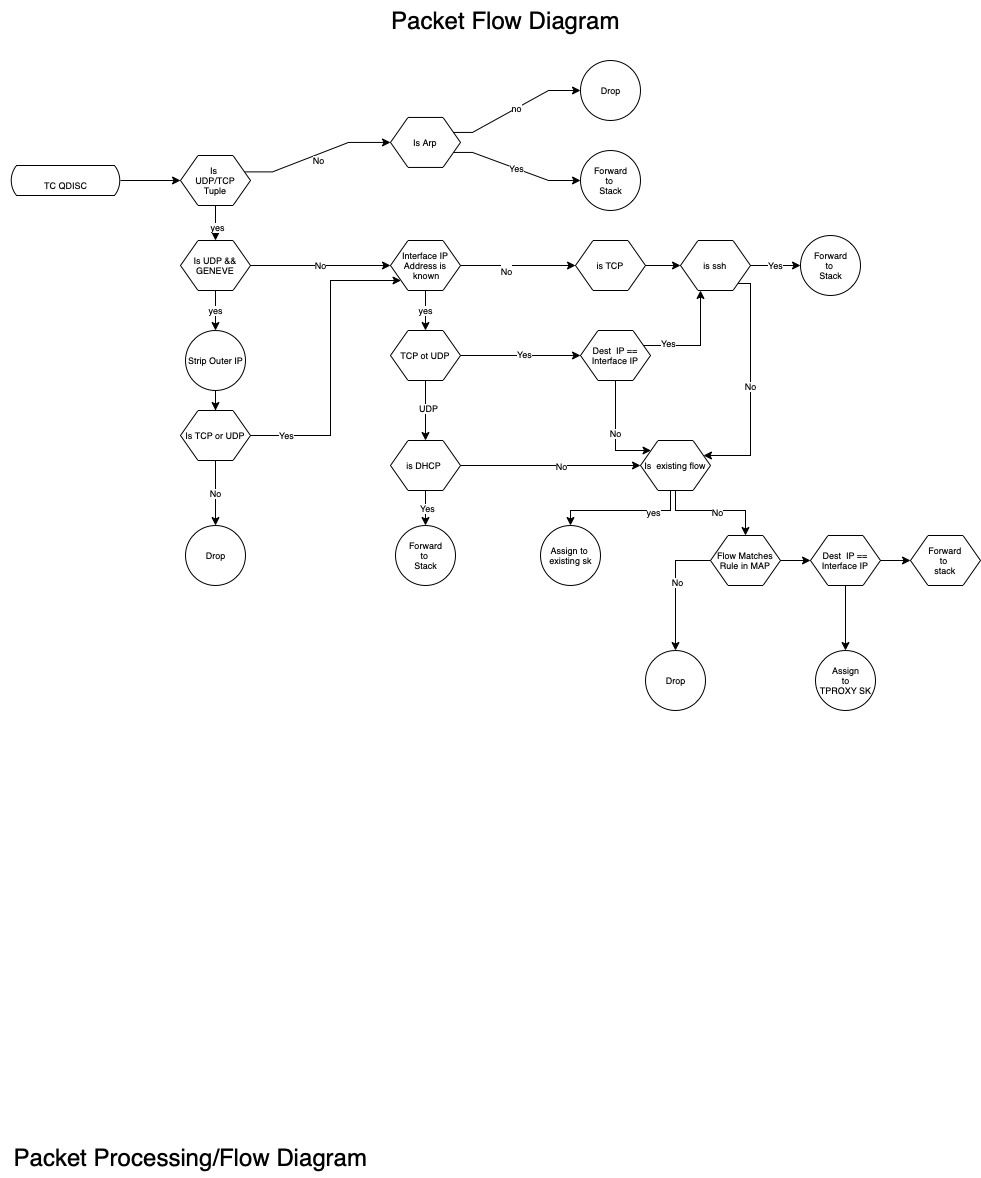
This is packet-flow.drawio.png from r-caamano/ebpf-tproxy-splicer, a draw.io export, as it was before one commit. Source tidied: cells renumbered, new cells last; positions are measured from the earlier drawing's top-left corner, leaving out a move shared by most shapes.
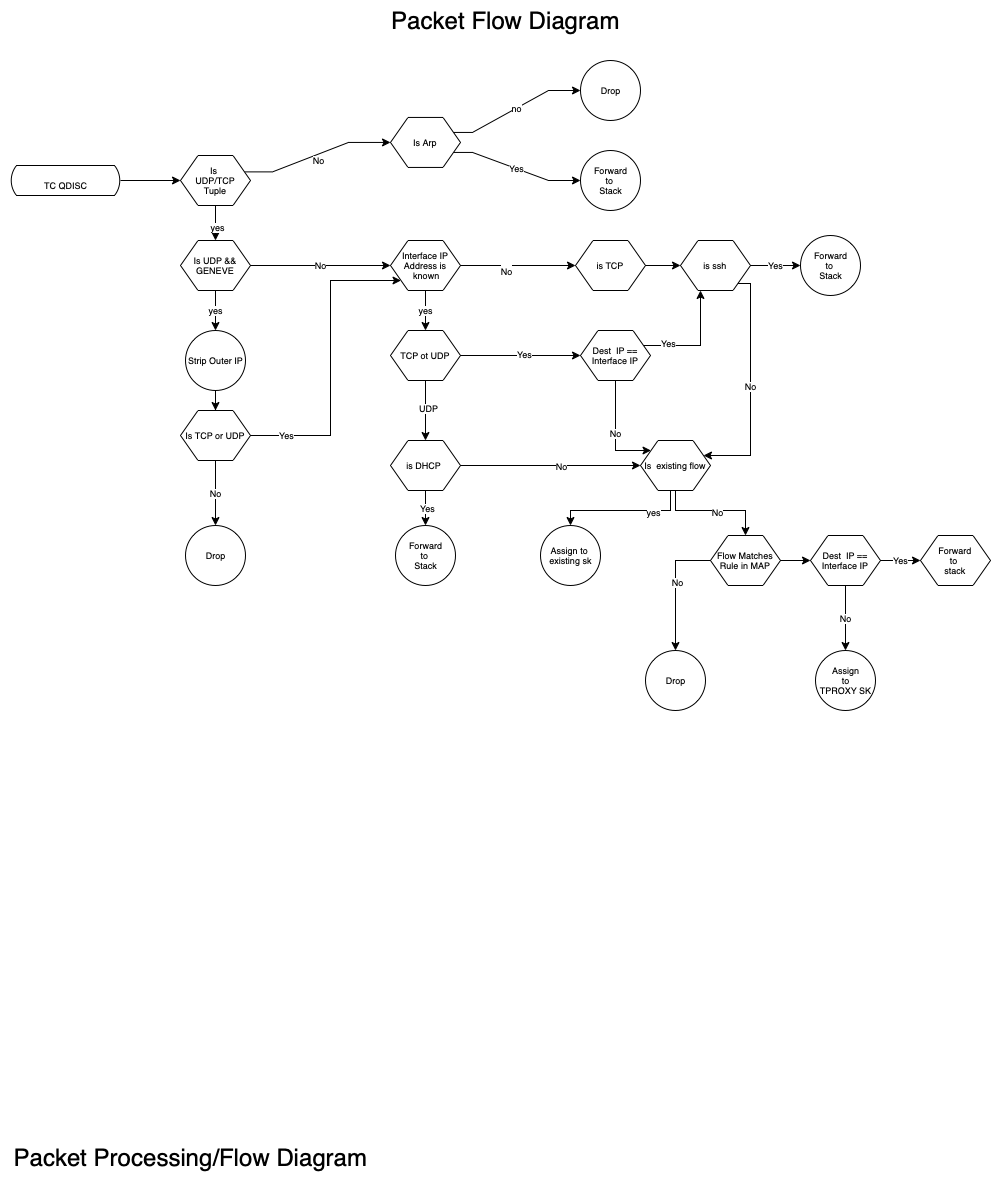
Above is the later version.

Commit message:
fixed missing yes/no in diag

The edit, as a diff of the source:
```diff
@@ -230,17 +230,17 @@
     <mxCell id="60" value="Drop" style="shape=ellipse;html=1;dashed=0;whitespace=wrap;perimeter=ellipsePerimeter;fontSize=9;" parent="1" vertex="1">
       <mxGeometry x="645" y="650" width="60" height="60" as="geometry" />
     </mxCell>
-    <mxCell id="61" style="edgeStyle=orthogonalEdgeStyle;rounded=0;jettySize=auto;html=1;fontSize=9;" parent="1" edge="1" source="63" target="64">
+    <mxCell id="61" value="Yes" style="edgeStyle=orthogonalEdgeStyle;rounded=0;jettySize=auto;html=1;fontSize=9;" parent="1" edge="1" source="63" target="64">
       <mxGeometry relative="1" as="geometry" />
     </mxCell>
-    <mxCell id="62" style="edgeStyle=orthogonalEdgeStyle;rounded=0;jettySize=auto;html=1;fontSize=9;" parent="1" edge="1" source="63" target="65">
+    <mxCell id="62" value="No" style="edgeStyle=orthogonalEdgeStyle;rounded=0;jettySize=auto;html=1;fontSize=9;" parent="1" edge="1" source="63" target="65">
       <mxGeometry relative="1" as="geometry" />
     </mxCell>
     <mxCell id="63" value="Dest &amp;nbsp;IP == Interface IP" style="shape=hexagon;perimeter=hexagonPerimeter2;whiteSpace=wrap;html=1;size=0.25;fontSize=9;" parent="1" vertex="1">
       <mxGeometry x="810" y="535" width="70" height="50" as="geometry" />
     </mxCell>
     <mxCell id="64" value="Forward &lt;br&gt;to &lt;br&gt;stack" style="shape=hexagon;perimeter=hexagonPerimeter2;whiteSpace=wrap;html=1;size=0.25;fontSize=9;" parent="1" vertex="1">
-      <mxGeometry x="910" y="535" width="70" height="50" as="geometry" />
+      <mxGeometry x="920" y="535" width="70" height="50" as="geometry" />
     </mxCell>
     <mxCell id="65" value="Assign&lt;br&gt;&amp;nbsp;to &lt;br&gt;TPROXY SK&lt;br&gt;" style="shape=ellipse;html=1;dashed=0;whitespace=wrap;perimeter=ellipsePerimeter;fontSize=9;" parent="1" vertex="1">
       <mxGeometry x="815" y="650" width="60" height="60" as="geometry" />
```
